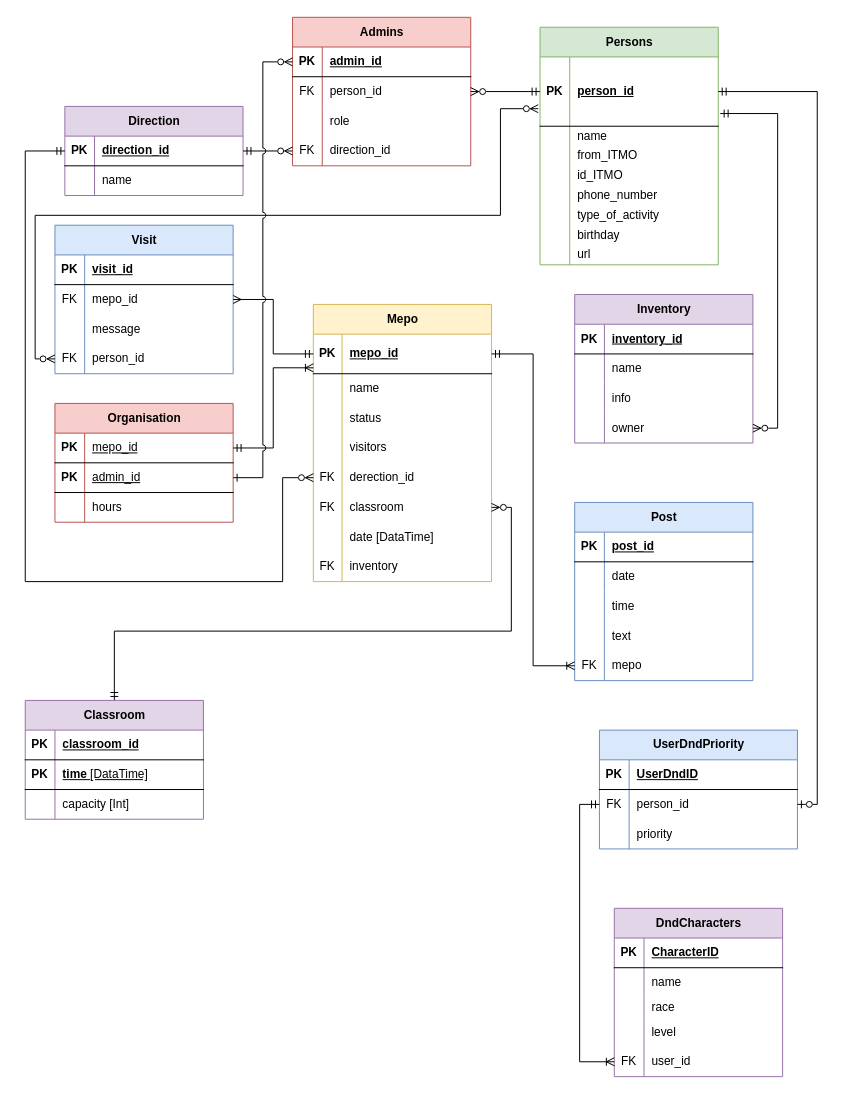
Earlier version of the draw.io diagram venv/Scripts/Тест.drawio (GooDDoGGoD/blog). Source tidied: cells renumbered, new cells numbered last; positions are measured from the earlier drawing's top-left corner, leaving out a move shared by most shapes. Both pictures are drawn from the tidied source at 99%, with x=0, y=0 at pixel (25, 17).
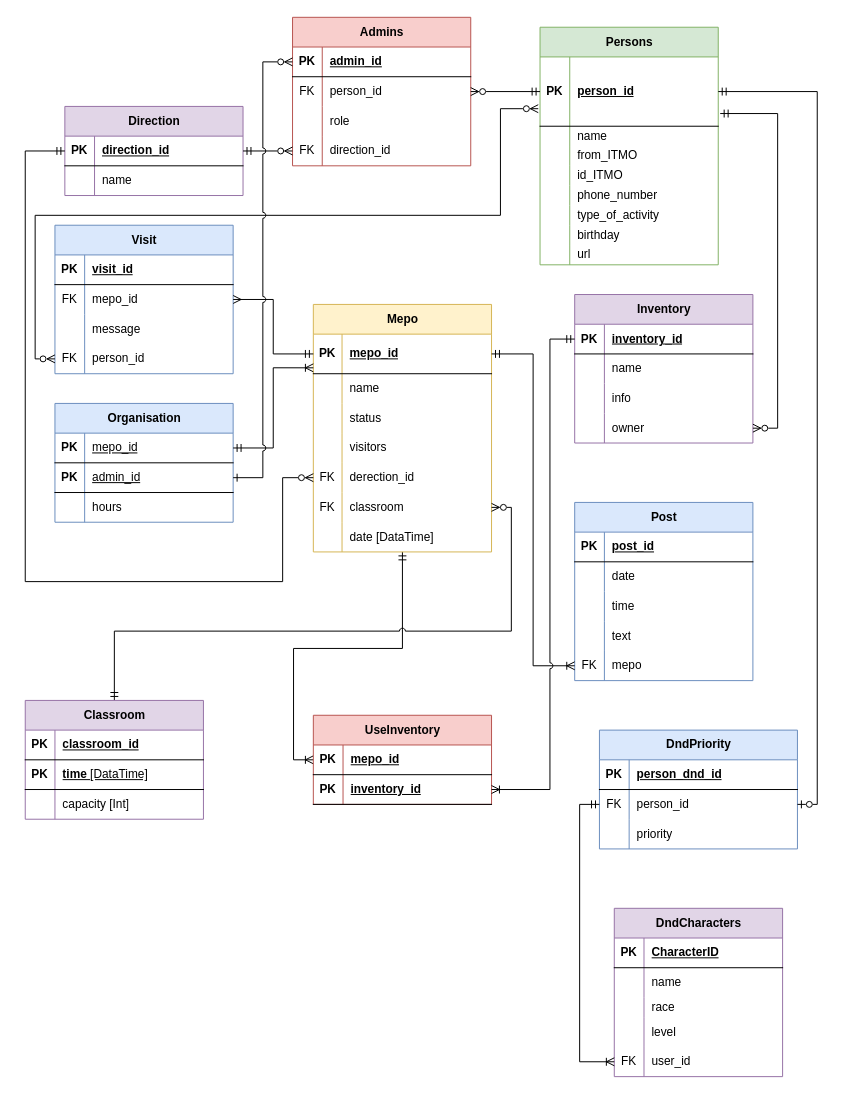
The same page after the edit.

Unchanged cells that the change refers to:
```xml
<mxCell id="3" style="shape=tableRow;horizontal=0;startSize=0;swimlaneHead=0;swimlaneBody=0;fillColor=none;top=0;left=0;right=0;bottom=1;" parent="2" vertex="1">
  <mxGeometry y="30" width="200" height="30" as="geometry" />
</mxCell>
<mxCell id="105" style="shape=tableRow;horizontal=0;startSize=0;swimlaneHead=0;swimlaneBody=0;fillColor=none;points=[[0,0.5],[1,0.5]];portConstraint=eastwest;top=0;left=0;right=0;bottom=0;" parent="89" vertex="1">
  <mxGeometry y="190" width="180" height="30" as="geometry" />
</mxCell>
<mxCell id="128" style="shape=tableRow;horizontal=0;startSize=0;swimlaneHead=0;swimlaneBody=0;fillColor=none;points=[[0,0.5],[1,0.5]];portConstraint=eastwest;top=0;left=0;right=0;bottom=1;" parent="127" vertex="1">
  <mxGeometry y="30" width="180" height="30" as="geometry" />
</mxCell>
<mxCell id="158" value="Classroom" style="shape=table;startSize=30;childLayout=tableLayout;rowLines=0;fontStyle=1;align=center;html=1;fillColor=#e1d5e7;strokeColor=#9673a6;" parent="1" vertex="1">
  <mxGeometry y="690" width="180" height="120" as="geometry" />
</mxCell>
```

What changed in the source:
```diff
@@
-    <mxCell id="2" value="UserDndPriority" style="shape=table;startSize=30;childLayout=tableLayout;rowLines=0;fontStyle=1;align=center;html=1;fillColor=#dae8fc;strokeColor=#6c8ebf;" parent="1" vertex="1">
+    <mxCell id="2" value="DndPriority" style="shape=table;startSize=30;childLayout=tableLayout;rowLines=0;fontStyle=1;align=center;html=1;fillColor=#dae8fc;strokeColor=#6c8ebf;" parent="1" vertex="1">
       <mxGeometry x="580" y="720" width="200" height="120" as="geometry" />
     </mxCell>
@@
-    <mxCell id="5" value="UserDndID" style="shape=partialRectangle;fillColor=none;top=0;left=0;bottom=0;right=0;align=left;spacingLeft=6;fontStyle=5;overflow=hidden;whiteSpace=wrap;html=1;" parent="3" vertex="1">
+    <mxCell id="5" value="person_dnd_id" style="shape=partialRectangle;fillColor=none;top=0;left=0;bottom=0;right=0;align=left;spacingLeft=6;fontStyle=5;overflow=hidden;whiteSpace=wrap;html=1;" parent="3" vertex="1">
       <mxGeometry x="30" width="170" height="30" as="geometry" />
     </mxCell>
@@
+    <mxCell id="172" style="edgeStyle=orthogonalEdgeStyle;rounded=0;jettySize=auto;html=1;entryX=0;entryY=0.5;entryDx=0;entryDy=0;jumpStyle=arc;startArrow=ERmandOne;startFill=0;endArrow=ERoneToMany;endFill=0;" parent="1" edge="1" source="89" target="174">
+      <mxGeometry relative="1" as="geometry" />
+    </mxCell>
     <mxCell id="89" value="Mepo" style="shape=table;startSize=30;childLayout=tableLayout;rowLines=0;fontStyle=1;align=center;html=1;fillColor=#fff2cc;strokeColor=#d6b656;" parent="1" vertex="1">
-      <mxGeometry x="291" y="290" width="180" height="280" as="geometry" />
+      <mxGeometry x="291" y="290" width="180" height="250" as="geometry" />
     </mxCell>
@@
-    <mxCell id="111" style="shape=tableRow;horizontal=0;startSize=0;swimlaneHead=0;swimlaneBody=0;fillColor=none;top=0;left=0;right=0;bottom=0;" parent="89" vertex="1">
-      <mxGeometry y="250" width="180" height="30" as="geometry" />
-    </mxCell>
-    <mxCell id="112" value="FK" style="shape=partialRectangle;fillColor=none;top=0;left=0;bottom=0;right=0;overflow=hidden;whiteSpace=wrap;html=1;" parent="111" vertex="1">
-      <mxGeometry width="29" height="30" as="geometry" />
-    </mxCell>
-    <mxCell id="113" value="inventory" style="shape=partialRectangle;fillColor=none;top=0;left=0;bottom=0;right=0;align=left;spacingLeft=6;overflow=hidden;whiteSpace=wrap;html=1;" parent="111" vertex="1">
-      <mxGeometry x="29" width="151" height="30" as="geometry" />
-    </mxCell>
@@
-    <mxCell id="117" value="Organisation" style="shape=table;startSize=30;childLayout=tableLayout;rowLines=0;fontStyle=1;align=center;html=1;fillColor=#f8cecc;strokeColor=#b85450;" parent="1" vertex="1">
+    <mxCell id="117" value="Organisation" style="shape=table;startSize=30;childLayout=tableLayout;rowLines=0;fontStyle=1;align=center;html=1;fillColor=#dae8fc;strokeColor=#6c8ebf;" parent="1" vertex="1">
       <mxGeometry x="30" y="390" width="180" height="120" as="geometry" />
     </mxCell>
@@
-    <mxCell id="157" style="edgeStyle=orthogonalEdgeStyle;rounded=0;jettySize=auto;html=1;entryX=1;entryY=0.5;entryDx=0;entryDy=0;endArrow=ERzeroToMany;endFill=0;startArrow=ERmandOne;startFill=0;" parent="1" edge="1" source="158" target="105">
+    <mxCell id="157" style="edgeStyle=orthogonalEdgeStyle;rounded=0;jettySize=auto;html=1;entryX=1;entryY=0.5;entryDx=0;entryDy=0;endArrow=ERzeroToMany;endFill=0;startArrow=ERmandOne;startFill=0;jumpStyle=arc;" parent="1" edge="1" source="158" target="105">
       <mxGeometry relative="1" as="geometry">
         <Array as="points">
           <mxPoint x="90" y="620" />
           <mxPoint x="491" y="620" />
           <mxPoint x="491" y="495" />
         </Array>
       </mxGeometry>
     </mxCell>
@@
+    <mxCell id="173" value="UseInventory" style="shape=table;startSize=30;childLayout=tableLayout;rowLines=0;fontStyle=1;align=center;html=1;fillColor=#f8cecc;strokeColor=#b85450;" parent="1" vertex="1">
+      <mxGeometry x="291" y="705" width="180" height="90" as="geometry" />
+    </mxCell>
+    <mxCell id="174" style="shape=tableRow;horizontal=0;startSize=0;swimlaneHead=0;swimlaneBody=0;fillColor=none;points=[[0,0.5],[1,0.5]];portConstraint=eastwest;top=0;left=0;right=0;bottom=1;" parent="173" vertex="1">
+      <mxGeometry y="30" width="180" height="30" as="geometry" />
+    </mxCell>
+    <mxCell id="175" value="PK" style="shape=partialRectangle;fillColor=none;top=0;left=0;bottom=0;right=0;fontStyle=1;overflow=hidden;whiteSpace=wrap;html=1;" parent="174" vertex="1">
+      <mxGeometry width="30" height="30" as="geometry" />
+    </mxCell>
+    <mxCell id="176" value="mepo_id" style="shape=partialRectangle;fillColor=none;top=0;left=0;bottom=0;right=0;align=left;spacingLeft=6;fontStyle=5;overflow=hidden;whiteSpace=wrap;html=1;" parent="174" vertex="1">
+      <mxGeometry x="30" width="150" height="30" as="geometry" />
+    </mxCell>
+    <mxCell id="177" style="shape=tableRow;horizontal=0;startSize=0;swimlaneHead=0;swimlaneBody=0;fillColor=none;points=[[0,0.5],[1,0.5]];portConstraint=eastwest;top=0;left=0;right=0;bottom=1;" parent="173" vertex="1">
+      <mxGeometry y="60" width="180" height="30" as="geometry" />
+    </mxCell>
+    <mxCell id="178" value="PK" style="shape=partialRectangle;fillColor=none;top=0;left=0;bottom=0;right=0;fontStyle=1;overflow=hidden;whiteSpace=wrap;html=1;" parent="177" vertex="1">
+      <mxGeometry width="30" height="30" as="geometry" />
+    </mxCell>
+    <mxCell id="179" value="inventory_id" style="shape=partialRectangle;fillColor=none;top=0;left=0;bottom=0;right=0;align=left;spacingLeft=6;fontStyle=5;overflow=hidden;whiteSpace=wrap;html=1;" parent="177" vertex="1">
+      <mxGeometry x="30" width="150" height="30" as="geometry" />
+    </mxCell>
+    <mxCell id="180" style="edgeStyle=orthogonalEdgeStyle;rounded=0;jettySize=auto;html=1;entryX=0;entryY=0.5;entryDx=0;entryDy=0;startArrow=ERoneToMany;startFill=0;endArrow=ERmandOne;endFill=0;jumpStyle=arc;" parent="1" edge="1" source="177" target="128">
+      <mxGeometry relative="1" as="geometry">
+        <Array as="points">
+          <mxPoint x="530" y="780" />
+          <mxPoint x="530" y="325" />
+        </Array>
+      </mxGeometry>
+    </mxCell>
```
